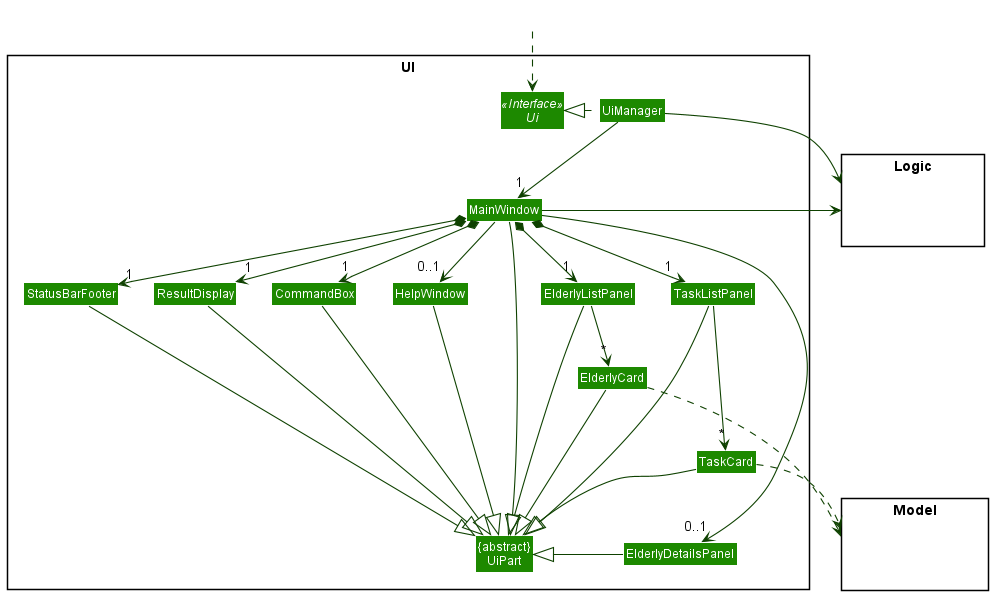
tsy24/tp keeps this PlantUML diagram as docs/images/UiClassDiagram.png. Above is the earlier version.
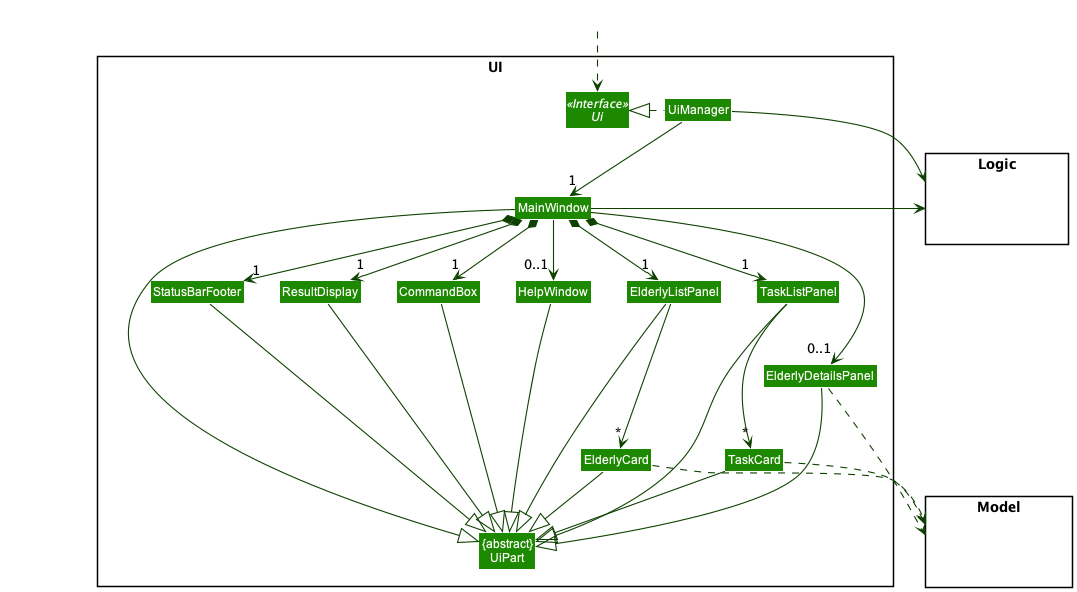
The same diagram one commit later.

Change to the diagram source:
```diff
@@ -55,13 +55,15 @@
 TaskCard --|> UiPart
 StatusBarFooter --|> UiPart
 HelpWindow --|> UiPart
-ElderlyDetailsPanel -left-|> UiPart
+ElderlyDetailsPanel --|> UiPart
 
 ElderlyCard ..> Model
 TaskCard ..> Model
+ElderlyDetailsPanel ..> Model
 UiManager -right-> Logic
 MainWindow -left-> Logic
 
+TaskCard -[hidden]left- ElderlyCard
 TaskListPanel -[hidden]left- ElderlyListPanel
 ElderlyListPanel -[hidden]left- HelpWindow
 HelpWindow -[hidden]left- CommandBox
```
